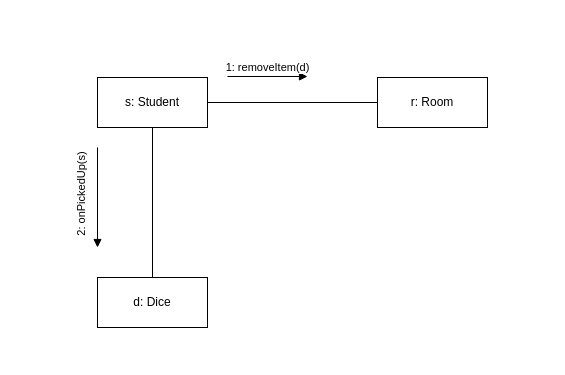
XanleR/U.B.R.---Projlab-2024 keeps this draw.io diagram as page "PickupDice" (10 of 25) of Beadások/4. Beadás/Communication diagram.drawio. Above is the earlier version. Source tidied: cells renumbered, new cells numbered last; positions are measured from the earlier drawing's top-left corner, leaving out a move shared by most shapes. Both pictures are drawn from the tidied source at 100%, with x=0, y=0 at pixel (97, 76).
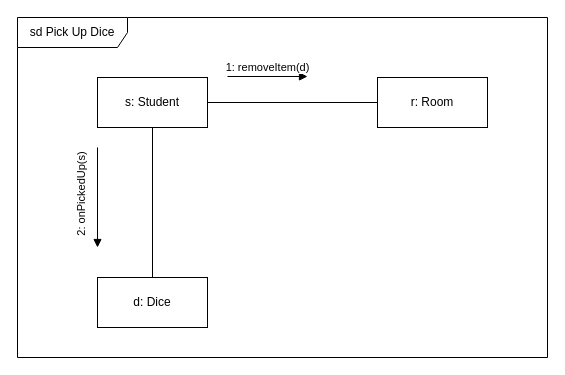
The same diagram, later.

What changed in the source:
```diff
@@
 <mxGraphModel>
   <root>
     <mxCell id="0" />
     <mxCell id="1" parent="0" />
     <mxCell id="2" value="d: Dice" style="html=1;whiteSpace=wrap;" parent="1" vertex="1">
       <mxGeometry y="201" width="110" height="50" as="geometry" />
     </mxCell>
     <mxCell id="3" value="r: Room" style="html=1;whiteSpace=wrap;" parent="1" vertex="1">
       <mxGeometry x="280" y="1" width="110" height="50" as="geometry" />
     </mxCell>
     <mxCell id="4" value="s: Student" style="html=1;whiteSpace=wrap;" parent="1" vertex="1">
       <mxGeometry y="1" width="110" height="50" as="geometry" />
     </mxCell>
     <mxCell id="5" style="endArrow=none;html=1;rounded=0;" parent="1" edge="1" source="2" target="4">
       <mxGeometry relative="1" as="geometry" />
     </mxCell>
     <mxCell id="6" style="endArrow=none;html=1;rounded=0;" parent="1" edge="1" source="4" target="3">
       <mxGeometry relative="1" as="geometry" />
     </mxCell>
     <mxCell id="7" value="1: removeItem(d)" style="html=1;verticalAlign=bottom;endArrow=block;curved=0;rounded=0;" parent="1" edge="1">
       <mxGeometry relative="1" as="geometry">
         <mxPoint x="130" as="sourcePoint" />
         <mxPoint x="210" as="targetPoint" />
       </mxGeometry>
     </mxCell>
     <mxCell id="8" value="2: onPickedUp(s)" style="html=1;verticalAlign=bottom;endArrow=block;curved=0;rounded=0;horizontal=0;" parent="1" edge="1">
       <mxGeometry y="-10" relative="1" as="geometry">
         <mxPoint y="71" as="sourcePoint" />
         <mxPoint y="171" as="targetPoint" />
       </mxGeometry>
     </mxCell>
+    <mxCell id="9" value="sd Pick Up Dice" style="shape=umlFrame;whiteSpace=wrap;html=1;width=110;height=30;" parent="1" vertex="1">
+      <mxGeometry x="-80" y="-59" width="530" height="340" as="geometry" />
+    </mxCell>
   </root>
 </mxGraphModel>
```
